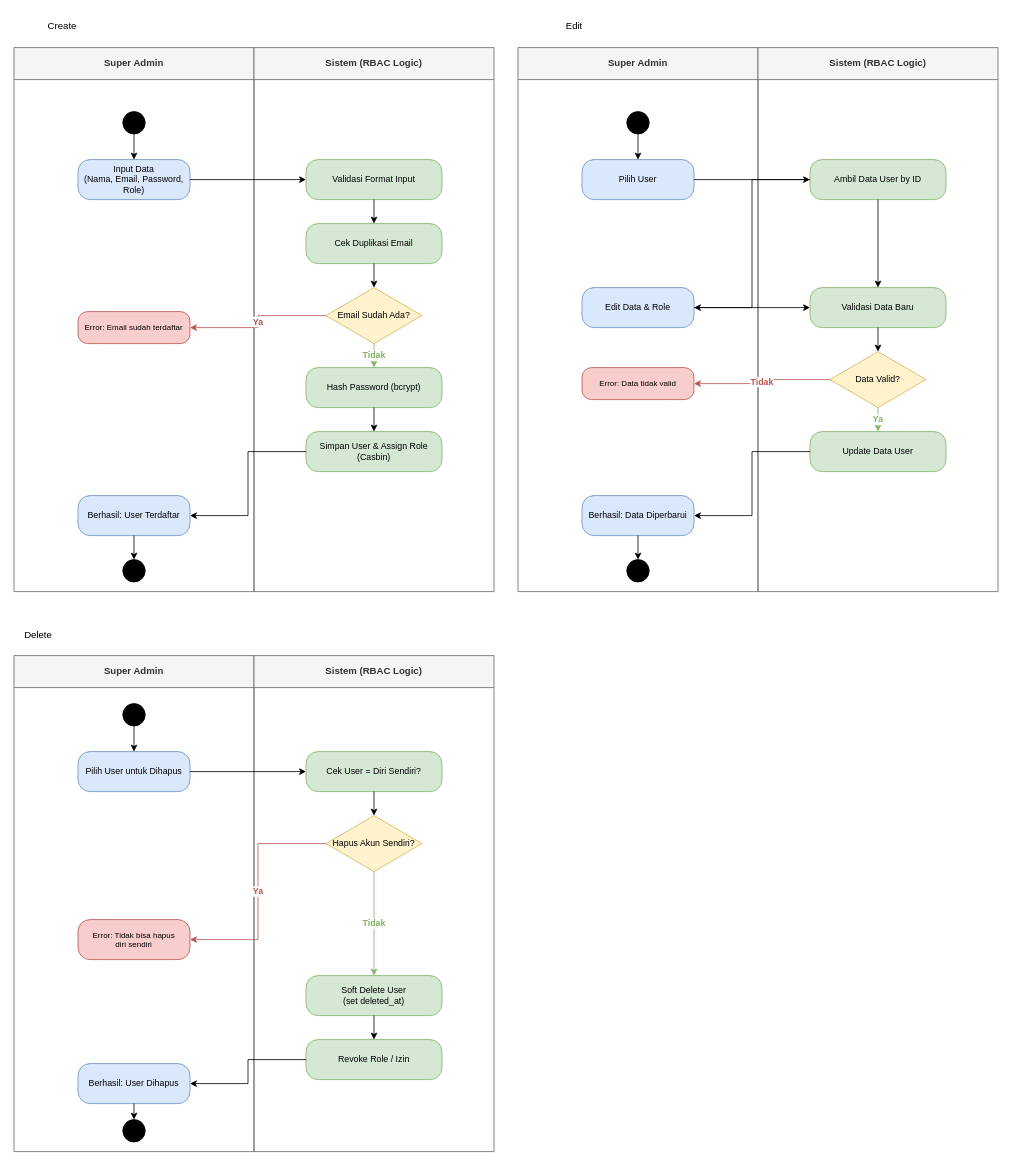
quiqxiq/mikmongo keeps this draw.io diagram as diagram/activity/users.drawio. Above is the earlier version. Source tidied: cells renumbered, new cells numbered last; positions are measured from the earlier drawing's top-left corner, leaving out a move shared by most shapes. Both pictures are drawn from the tidied source at 80%, with x=0, y=0 at pixel (14, 14).
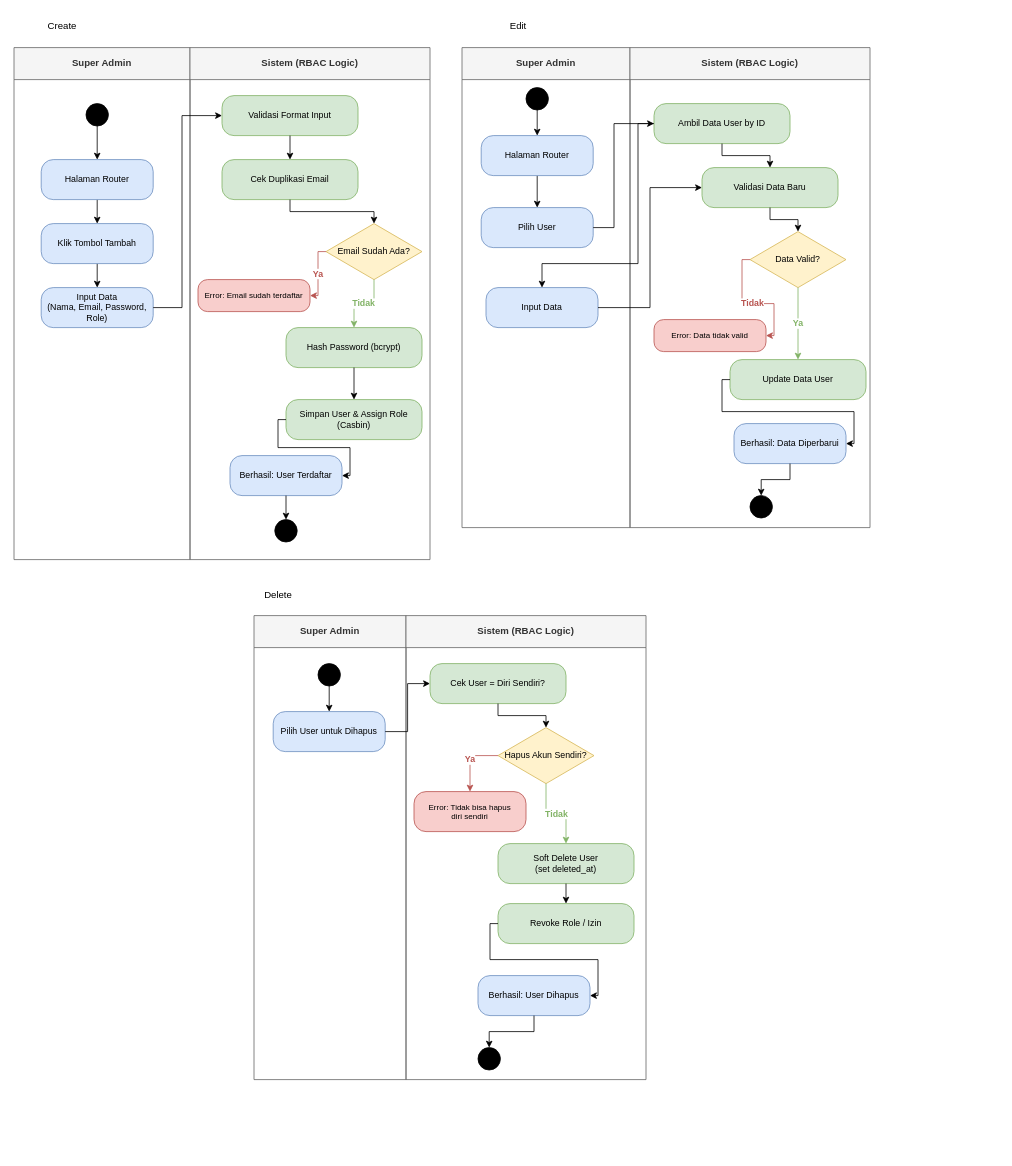
Above is the later version.

What changed in the source:
```diff
@@
     <mxCell id="3" value="Super Admin" style="swimlane;whiteSpace=wrap;html=1;startSize=40;fillColor=#f5f5f5;fontColor=#333333;strokeColor=#666666;" parent="1" vertex="1">
-      <mxGeometry y="42" width="300" height="680" as="geometry" />
+      <mxGeometry y="42" width="220" height="640" as="geometry" />
     </mxCell>
+    <mxCell id="67" style="edgeStyle=none;html=1;entryX=0.5;entryY=0;entryDx=0;entryDy=0;" parent="3" edge="1" source="4" target="69">
+      <mxGeometry relative="1" as="geometry" />
+    </mxCell>
     <mxCell id="4" style="ellipse;fillColor=#000000;strokeColor=#000000;" parent="3" vertex="1">
-      <mxGeometry x="136" y="80" width="28" height="28" as="geometry" />
+      <mxGeometry x="90" y="70" width="28" height="28" as="geometry" />
     </mxCell>
     <mxCell id="5" value="Input Data&#10;(Nama, Email, Password, Role)" style="rounded=1;whiteSpace=wrap;html=1;fillColor=#dae8fc;strokeColor=#6c8ebf;fontSize=11;arcSize=30;" parent="3" vertex="1">
-      <mxGeometry x="80" y="140" width="140" height="50" as="geometry" />
+      <mxGeometry x="34" y="300" width="140" height="50" as="geometry" />
     </mxCell>
-    <mxCell id="6" value="Error: Email sudah terdaftar" style="rounded=1;whiteSpace=wrap;html=1;fillColor=#f8cecc;strokeColor=#b85450;fontSize=10;arcSize=30;" parent="3" vertex="1">
-      <mxGeometry x="80" y="330" width="140" height="40" as="geometry" />
-    </mxCell>
-    <mxCell id="7" value="Berhasil: User Terdaftar" style="rounded=1;whiteSpace=wrap;html=1;fillColor=#dae8fc;strokeColor=#6c8ebf;fontSize=11;arcSize=30;" parent="3" vertex="1">
-      <mxGeometry x="80" y="560" width="140" height="50" as="geometry" />
-    </mxCell>
-    <mxCell id="8" style="shape=doubleEllipse;fillColor=#000000;strokeColor=#000000;" parent="3" vertex="1">
-      <mxGeometry x="136" y="640" width="28" height="28" as="geometry" />
-    </mxCell>
-    <mxCell id="9" style="edgeStyle=none;html=1;" parent="3" edge="1" source="4" target="5">
-      <mxGeometry relative="1" as="geometry" />
-    </mxCell>
-    <mxCell id="10" style="edgeStyle=orthogonalEdgeStyle;rounded=0;html=1;" parent="3" edge="1" source="7" target="8">
-      <mxGeometry relative="1" as="geometry" />
-    </mxCell>
+    <mxCell id="68" style="edgeStyle=none;html=1;" parent="3" edge="1" source="69" target="71">
+      <mxGeometry relative="1" as="geometry" />
+    </mxCell>
+    <mxCell id="69" value="Halaman Router" style="rounded=1;whiteSpace=wrap;html=1;fillColor=#dae8fc;strokeColor=#6c8ebf;fontSize=11;arcSize=30;" parent="3" vertex="1">
+      <mxGeometry x="34" y="140" width="140" height="50" as="geometry" />
+    </mxCell>
+    <mxCell id="70" style="edgeStyle=none;html=1;" parent="3" edge="1" source="71" target="5">
+      <mxGeometry relative="1" as="geometry" />
+    </mxCell>
+    <mxCell id="71" value="Klik Tombol Tambah" style="rounded=1;whiteSpace=wrap;html=1;fillColor=#dae8fc;strokeColor=#6c8ebf;fontSize=11;arcSize=30;" parent="3" vertex="1">
+      <mxGeometry x="34" y="220" width="140" height="50" as="geometry" />
+    </mxCell>
     <mxCell id="11" value="Sistem (RBAC Logic)" style="swimlane;whiteSpace=wrap;html=1;startSize=40;fillColor=#f5f5f5;fontColor=#333333;strokeColor=#666666;" parent="1" vertex="1">
-      <mxGeometry x="300" y="42" width="300" height="680" as="geometry" />
+      <mxGeometry x="220" y="42" width="300" height="640" as="geometry" />
     </mxCell>
     <mxCell id="12" value="Validasi Format Input" style="rounded=1;whiteSpace=wrap;html=1;fillColor=#d5e8d4;strokeColor=#82b366;fontSize=11;arcSize=30;" parent="11" vertex="1">
-      <mxGeometry x="65" y="140" width="170" height="50" as="geometry" />
+      <mxGeometry x="40" y="60" width="170" height="50" as="geometry" />
     </mxCell>
     <mxCell id="13" value="Cek Duplikasi Email" style="rounded=1;whiteSpace=wrap;html=1;fillColor=#d5e8d4;strokeColor=#82b366;fontSize=11;arcSize=30;" parent="11" vertex="1">
-      <mxGeometry x="65" y="220" width="170" height="50" as="geometry" />
+      <mxGeometry x="40" y="140" width="170" height="50" as="geometry" />
     </mxCell>
     <mxCell id="14" value="Email Sudah Ada?" style="rhombus;whiteSpace=wrap;html=1;fillColor=#fff2cc;strokeColor=#d6b656;fontSize=11;" parent="11" vertex="1">
-      <mxGeometry x="90" y="300" width="120" height="70" as="geometry" />
+      <mxGeometry x="170" y="220" width="120" height="70" as="geometry" />
     </mxCell>
     <mxCell id="15" value="Hash Password (bcrypt)" style="rounded=1;whiteSpace=wrap;html=1;fillColor=#d5e8d4;strokeColor=#82b366;fontSize=11;arcSize=30;" parent="11" vertex="1">
-      <mxGeometry x="65" y="400" width="170" height="50" as="geometry" />
+      <mxGeometry x="120" y="350" width="170" height="50" as="geometry" />
     </mxCell>
     <mxCell id="16" value="Simpan User &amp; Assign Role (Casbin)" style="rounded=1;whiteSpace=wrap;html=1;fillColor=#d5e8d4;strokeColor=#82b366;fontSize=11;arcSize=30;" parent="11" vertex="1">
-      <mxGeometry x="65" y="480" width="170" height="50" as="geometry" />
+      <mxGeometry x="120" y="440" width="170" height="50" as="geometry" />
     </mxCell>
@@
+    <mxCell id="7" value="Berhasil: User Terdaftar" style="rounded=1;whiteSpace=wrap;html=1;fillColor=#dae8fc;strokeColor=#6c8ebf;fontSize=11;arcSize=30;" parent="11" vertex="1">
+      <mxGeometry x="50" y="510" width="140" height="50" as="geometry" />
+    </mxCell>
+    <mxCell id="23" style="edgeStyle=orthogonalEdgeStyle;rounded=0;html=1;exitX=0;exitY=0.5;exitDx=0;exitDy=0;entryX=1;entryY=0.5;entryDx=0;entryDy=0;" parent="11" edge="1" source="16" target="7">
+      <mxGeometry relative="1" as="geometry" />
+    </mxCell>
+    <mxCell id="8" style="shape=doubleEllipse;fillColor=#000000;strokeColor=#000000;" parent="11" vertex="1">
+      <mxGeometry x="106" y="590" width="28" height="28" as="geometry" />
+    </mxCell>
+    <mxCell id="10" style="edgeStyle=orthogonalEdgeStyle;rounded=0;html=1;" parent="11" edge="1" source="7" target="8">
+      <mxGeometry relative="1" as="geometry" />
+    </mxCell>
+    <mxCell id="6" value="Error: Email sudah terdaftar" style="rounded=1;whiteSpace=wrap;html=1;fillColor=#f8cecc;strokeColor=#b85450;fontSize=10;arcSize=30;" parent="11" vertex="1">
+      <mxGeometry x="10" y="290" width="140" height="40" as="geometry" />
+    </mxCell>
+    <mxCell id="22" value="Ya" style="edgeStyle=orthogonalEdgeStyle;rounded=0;html=1;strokeColor=#b85450;fontColor=#b85450;fontStyle=1;exitX=0;exitY=0.5;exitDx=0;exitDy=0;entryX=1;entryY=0.5;entryDx=0;entryDy=0;" parent="11" edge="1" source="14" target="6">
+      <mxGeometry relative="1" as="geometry" />
+    </mxCell>
     <mxCell id="21" style="edgeStyle=orthogonalEdgeStyle;rounded=0;html=1;exitX=1;exitY=0.5;exitDx=0;exitDy=0;entryX=0;entryY=0.5;entryDx=0;entryDy=0;" parent="1" edge="1" source="5" target="12">
-      <mxGeometry relative="1" as="geometry" />
+      <mxGeometry relative="1" as="geometry">
+        <Array as="points">
+          <mxPoint x="210" y="367" />
+          <mxPoint x="210" y="127" />
+        </Array>
+      </mxGeometry>
     </mxCell>
-    <mxCell id="22" value="Ya" style="edgeStyle=orthogonalEdgeStyle;rounded=0;html=1;strokeColor=#b85450;fontColor=#b85450;fontStyle=1;exitX=0;exitY=0.5;exitDx=0;exitDy=0;entryX=1;entryY=0.5;entryDx=0;entryDy=0;" parent="1" edge="1" source="14" target="6">
-      <mxGeometry relative="1" as="geometry" />
-    </mxCell>
-    <mxCell id="23" style="edgeStyle=orthogonalEdgeStyle;rounded=0;html=1;exitX=0;exitY=0.5;exitDx=0;exitDy=0;entryX=1;entryY=0.5;entryDx=0;entryDy=0;" parent="1" edge="1" source="16" target="7">
-      <mxGeometry relative="1" as="geometry" />
-    </mxCell>
     <mxCell id="24" value="Edit" style="text;html=1;align=center;verticalAlign=middle;strokeColor=none;fillColor=none;" parent="1" vertex="1">
-      <mxGeometry x="670" width="60" height="30" as="geometry" />
+      <mxGeometry x="600" width="60" height="30" as="geometry" />
     </mxCell>
     <mxCell id="25" value="Super Admin" style="swimlane;whiteSpace=wrap;html=1;startSize=40;fillColor=#f5f5f5;fontColor=#333333;strokeColor=#666666;" parent="1" vertex="1">
-      <mxGeometry x="630" y="42" width="300" height="680" as="geometry" />
+      <mxGeometry x="560" y="42" width="210" height="600" as="geometry" />
     </mxCell>
+    <mxCell id="72" style="edgeStyle=none;html=1;" parent="25" edge="1" source="26" target="74">
+      <mxGeometry relative="1" as="geometry" />
+    </mxCell>
     <mxCell id="26" style="ellipse;fillColor=#000000;strokeColor=#000000;" parent="25" vertex="1">
-      <mxGeometry x="136" y="80" width="28" height="28" as="geometry" />
+      <mxGeometry x="80" y="50" width="28" height="28" as="geometry" />
     </mxCell>
     <mxCell id="27" value="Pilih User" style="rounded=1;whiteSpace=wrap;html=1;fillColor=#dae8fc;strokeColor=#6c8ebf;fontSize=11;arcSize=30;" parent="25" vertex="1">
-      <mxGeometry x="80" y="140" width="140" height="50" as="geometry" />
+      <mxGeometry x="24" y="200" width="140" height="50" as="geometry" />
     </mxCell>
-    <mxCell id="28" value="Edit Data &amp; Role" style="rounded=1;whiteSpace=wrap;html=1;fillColor=#dae8fc;strokeColor=#6c8ebf;fontSize=11;arcSize=30;" parent="25" vertex="1">
-      <mxGeometry x="80" y="300" width="140" height="50" as="geometry" />
+    <mxCell id="28" value="Input Data" style="rounded=1;whiteSpace=wrap;html=1;fillColor=#dae8fc;strokeColor=#6c8ebf;fontSize=11;arcSize=30;" parent="25" vertex="1">
+      <mxGeometry x="30" y="300" width="140" height="50" as="geometry" />
     </mxCell>
-    <mxCell id="29" value="Error: Data tidak valid" style="rounded=1;whiteSpace=wrap;html=1;fillColor=#f8cecc;strokeColor=#b85450;fontSize=10;arcSize=30;" parent="25" vertex="1">
-      <mxGeometry x="80" y="400" width="140" height="40" as="geometry" />
-    </mxCell>
-    <mxCell id="30" value="Berhasil: Data Diperbarui" style="rounded=1;whiteSpace=wrap;html=1;fillColor=#dae8fc;strokeColor=#6c8ebf;fontSize=11;arcSize=30;" parent="25" vertex="1">
-      <mxGeometry x="80" y="560" width="140" height="50" as="geometry" />
-    </mxCell>
-    <mxCell id="31" style="shape=doubleEllipse;fillColor=#000000;strokeColor=#000000;" parent="25" vertex="1">
-      <mxGeometry x="136" y="640" width="28" height="28" as="geometry" />
-    </mxCell>
-    <mxCell id="32" style="edgeStyle=none;html=1;" parent="25" edge="1" source="26" target="27">
-      <mxGeometry relative="1" as="geometry" />
-    </mxCell>
-    <mxCell id="33" style="edgeStyle=orthogonalEdgeStyle;rounded=0;html=1;" parent="25" edge="1" source="30" target="31">
-      <mxGeometry relative="1" as="geometry" />
-    </mxCell>
+    <mxCell id="73" style="edgeStyle=none;html=1;" parent="25" edge="1" source="74" target="27">
+      <mxGeometry relative="1" as="geometry" />
+    </mxCell>
+    <mxCell id="74" value="Halaman Router" style="rounded=1;whiteSpace=wrap;html=1;fillColor=#dae8fc;strokeColor=#6c8ebf;fontSize=11;arcSize=30;" parent="25" vertex="1">
+      <mxGeometry x="24" y="110" width="140" height="50" as="geometry" />
+    </mxCell>
     <mxCell id="34" value="Sistem (RBAC Logic)" style="swimlane;whiteSpace=wrap;html=1;startSize=40;fillColor=#f5f5f5;fontColor=#333333;strokeColor=#666666;" parent="1" vertex="1">
-      <mxGeometry x="930" y="42" width="300" height="680" as="geometry" />
+      <mxGeometry x="770" y="42" width="300" height="600" as="geometry" />
     </mxCell>
     <mxCell id="35" value="Ambil Data User by ID" style="rounded=1;whiteSpace=wrap;html=1;fillColor=#d5e8d4;strokeColor=#82b366;fontSize=11;arcSize=30;" parent="34" vertex="1">
-      <mxGeometry x="65" y="140" width="170" height="50" as="geometry" />
+      <mxGeometry x="30" y="70" width="170" height="50" as="geometry" />
     </mxCell>
     <mxCell id="36" value="Validasi Data Baru" style="rounded=1;whiteSpace=wrap;html=1;fillColor=#d5e8d4;strokeColor=#82b366;fontSize=11;arcSize=30;" parent="34" vertex="1">
-      <mxGeometry x="65" y="300" width="170" height="50" as="geometry" />
+      <mxGeometry x="90" y="150" width="170" height="50" as="geometry" />
     </mxCell>
     <mxCell id="37" value="Data Valid?" style="rhombus;whiteSpace=wrap;html=1;fillColor=#fff2cc;strokeColor=#d6b656;fontSize=11;" parent="34" vertex="1">
-      <mxGeometry x="90" y="380" width="120" height="70" as="geometry" />
+      <mxGeometry x="150" y="230" width="120" height="70" as="geometry" />
     </mxCell>
     <mxCell id="38" value="Update Data User" style="rounded=1;whiteSpace=wrap;html=1;fillColor=#d5e8d4;strokeColor=#82b366;fontSize=11;arcSize=30;" parent="34" vertex="1">
-      <mxGeometry x="65" y="480" width="170" height="50" as="geometry" />
+      <mxGeometry x="125" y="390" width="170" height="50" as="geometry" />
     </mxCell>
@@
+    <mxCell id="30" value="Berhasil: Data Diperbarui" style="rounded=1;whiteSpace=wrap;html=1;fillColor=#dae8fc;strokeColor=#6c8ebf;fontSize=11;arcSize=30;" parent="34" vertex="1">
+      <mxGeometry x="130" y="470" width="140" height="50" as="geometry" />
+    </mxCell>
+    <mxCell id="46" style="edgeStyle=orthogonalEdgeStyle;rounded=0;html=1;exitX=0;exitY=0.5;exitDx=0;exitDy=0;entryX=1;entryY=0.5;entryDx=0;entryDy=0;" parent="34" edge="1" source="38" target="30">
+      <mxGeometry relative="1" as="geometry" />
+    </mxCell>
+    <mxCell id="31" style="shape=doubleEllipse;fillColor=#000000;strokeColor=#000000;" parent="34" vertex="1">
+      <mxGeometry x="150" y="560" width="28" height="28" as="geometry" />
+    </mxCell>
+    <mxCell id="33" style="edgeStyle=orthogonalEdgeStyle;rounded=0;html=1;" parent="34" edge="1" source="30" target="31">
+      <mxGeometry relative="1" as="geometry" />
+    </mxCell>
+    <mxCell id="29" value="Error: Data tidak valid" style="rounded=1;whiteSpace=wrap;html=1;fillColor=#f8cecc;strokeColor=#b85450;fontSize=10;arcSize=30;" parent="34" vertex="1">
+      <mxGeometry x="30" y="340" width="140" height="40" as="geometry" />
+    </mxCell>
+    <mxCell id="45" value="Tidak" style="edgeStyle=orthogonalEdgeStyle;rounded=0;html=1;strokeColor=#b85450;fontColor=#b85450;fontStyle=1;exitX=0;exitY=0.5;exitDx=0;exitDy=0;entryX=1;entryY=0.5;entryDx=0;entryDy=0;" parent="34" edge="1" source="37" target="29">
+      <mxGeometry relative="1" as="geometry" />
+    </mxCell>
     <mxCell id="42" style="edgeStyle=orthogonalEdgeStyle;rounded=0;html=1;exitX=1;exitY=0.5;exitDx=0;exitDy=0;entryX=0;entryY=0.5;entryDx=0;entryDy=0;" parent="1" edge="1" source="27" target="35">
-      <mxGeometry relative="1" as="geometry" />
+      <mxGeometry relative="1" as="geometry">
+        <Array as="points">
+          <mxPoint x="750" y="267" />
+          <mxPoint x="750" y="137" />
+        </Array>
+      </mxGeometry>
     </mxCell>
-    <mxCell id="43" style="edgeStyle=orthogonalEdgeStyle;rounded=0;html=1;exitX=0;exitY=0.5;exitDx=0;exitDy=0;entryX=1;entryY=0.5;entryDx=0;entryDy=0;" parent="1" edge="1" source="35" target="28">
-      <mxGeometry relative="1" as="geometry" />
+    <mxCell id="43" style="edgeStyle=orthogonalEdgeStyle;rounded=0;html=1;exitX=0;exitY=0.5;exitDx=0;exitDy=0;entryX=0.5;entryY=0;entryDx=0;entryDy=0;" parent="1" edge="1" source="35" target="28">
+      <mxGeometry relative="1" as="geometry">
+        <Array as="points">
+          <mxPoint x="780" y="137" />
+          <mxPoint x="780" y="312" />
+          <mxPoint x="660" y="312" />
+        </Array>
+      </mxGeometry>
     </mxCell>
@@
-    <mxCell id="45" value="Tidak" style="edgeStyle=orthogonalEdgeStyle;rounded=0;html=1;strokeColor=#b85450;fontColor=#b85450;fontStyle=1;exitX=0;exitY=0.5;exitDx=0;exitDy=0;entryX=1;entryY=0.5;entryDx=0;entryDy=0;" parent="1" edge="1" source="37" target="29">
-      <mxGeometry relative="1" as="geometry" />
-    </mxCell>
-    <mxCell id="46" style="edgeStyle=orthogonalEdgeStyle;rounded=0;html=1;exitX=0;exitY=0.5;exitDx=0;exitDy=0;entryX=1;entryY=0.5;entryDx=0;entryDy=0;" parent="1" edge="1" source="38" target="30">
-      <mxGeometry relative="1" as="geometry" />
-    </mxCell>
     <mxCell id="47" value="Delete" style="text;html=1;align=center;verticalAlign=middle;strokeColor=none;fillColor=none;" parent="1" vertex="1">
-      <mxGeometry y="762" width="60" height="30" as="geometry" />
+      <mxGeometry x="300" y="712" width="60" height="30" as="geometry" />
     </mxCell>
     <mxCell id="48" value="Super Admin" style="swimlane;whiteSpace=wrap;html=1;startSize=40;fillColor=#f5f5f5;fontColor=#333333;strokeColor=#666666;" parent="1" vertex="1">
-      <mxGeometry y="802" width="300" height="620" as="geometry" />
+      <mxGeometry x="300" y="752" width="190" height="580" as="geometry" />
     </mxCell>
     <mxCell id="49" style="ellipse;fillColor=#000000;strokeColor=#000000;" parent="48" vertex="1">
-      <mxGeometry x="136" y="60" width="28" height="28" as="geometry" />
+      <mxGeometry x="80" y="60" width="28" height="28" as="geometry" />
     </mxCell>
     <mxCell id="50" value="Pilih User untuk Dihapus" style="rounded=1;whiteSpace=wrap;html=1;fillColor=#dae8fc;strokeColor=#6c8ebf;fontSize=11;arcSize=30;" parent="48" vertex="1">
-      <mxGeometry x="80" y="120" width="140" height="50" as="geometry" />
+      <mxGeometry x="24" y="120" width="140" height="50" as="geometry" />
     </mxCell>
-    <mxCell id="51" value="Error: Tidak bisa hapus&#10;diri sendiri" style="rounded=1;whiteSpace=wrap;html=1;fillColor=#f8cecc;strokeColor=#b85450;fontSize=10;arcSize=30;" parent="48" vertex="1">
-      <mxGeometry x="80" y="330" width="140" height="50" as="geometry" />
-    </mxCell>
-    <mxCell id="52" value="Berhasil: User Dihapus" style="rounded=1;whiteSpace=wrap;html=1;fillColor=#dae8fc;strokeColor=#6c8ebf;fontSize=11;arcSize=30;" parent="48" vertex="1">
-      <mxGeometry x="80" y="510" width="140" height="50" as="geometry" />
-    </mxCell>
-    <mxCell id="53" style="shape=doubleEllipse;fillColor=#000000;strokeColor=#000000;" parent="48" vertex="1">
-      <mxGeometry x="136" y="580" width="28" height="28" as="geometry" />
-    </mxCell>
@@
-    <mxCell id="55" style="edgeStyle=orthogonalEdgeStyle;rounded=0;html=1;" parent="48" edge="1" source="52" target="53">
-      <mxGeometry relative="1" as="geometry" />
-    </mxCell>
     <mxCell id="56" value="Sistem (RBAC Logic)" style="swimlane;whiteSpace=wrap;html=1;startSize=40;fillColor=#f5f5f5;fontColor=#333333;strokeColor=#666666;" parent="1" vertex="1">
-      <mxGeometry x="300" y="802" width="300" height="620" as="geometry" />
+      <mxGeometry x="490" y="752" width="300" height="580" as="geometry" />
     </mxCell>
     <mxCell id="57" value="Cek User = Diri Sendiri?" style="rounded=1;whiteSpace=wrap;html=1;fillColor=#d5e8d4;strokeColor=#82b366;fontSize=11;arcSize=30;" parent="56" vertex="1">
-      <mxGeometry x="65" y="120" width="170" height="50" as="geometry" />
+      <mxGeometry x="30" y="60" width="170" height="50" as="geometry" />
     </mxCell>
     <mxCell id="58" value="Hapus Akun Sendiri?" style="rhombus;whiteSpace=wrap;html=1;fillColor=#fff2cc;strokeColor=#d6b656;fontSize=11;" parent="56" vertex="1">
-      <mxGeometry x="90" y="200" width="120" height="70" as="geometry" />
+      <mxGeometry x="115" y="140" width="120" height="70" as="geometry" />
     </mxCell>
     <mxCell id="59" value="Soft Delete User&#10;(set deleted_at)" style="rounded=1;whiteSpace=wrap;html=1;fillColor=#d5e8d4;strokeColor=#82b366;fontSize=11;arcSize=30;" parent="56" vertex="1">
-      <mxGeometry x="65" y="400" width="170" height="50" as="geometry" />
+      <mxGeometry x="115" y="285" width="170" height="50" as="geometry" />
     </mxCell>
     <mxCell id="60" value="Revoke Role / Izin" style="rounded=1;whiteSpace=wrap;html=1;fillColor=#d5e8d4;strokeColor=#82b366;fontSize=11;arcSize=30;" parent="56" vertex="1">
-      <mxGeometry x="65" y="480" width="170" height="50" as="geometry" />
+      <mxGeometry x="115" y="360" width="170" height="50" as="geometry" />
     </mxCell>
@@
+    <mxCell id="51" value="Error: Tidak bisa hapus&#10;diri sendiri" style="rounded=1;whiteSpace=wrap;html=1;fillColor=#f8cecc;strokeColor=#b85450;fontSize=10;arcSize=30;" parent="56" vertex="1">
+      <mxGeometry x="10" y="220" width="140" height="50" as="geometry" />
+    </mxCell>
+    <mxCell id="65" value="Ya" style="edgeStyle=orthogonalEdgeStyle;rounded=0;html=1;strokeColor=#b85450;fontColor=#b85450;fontStyle=1;exitX=0;exitY=0.5;exitDx=0;exitDy=0;entryX=0.5;entryY=0;entryDx=0;entryDy=0;" parent="56" edge="1" source="58" target="51">
+      <mxGeometry relative="1" as="geometry" />
+    </mxCell>
+    <mxCell id="52" value="Berhasil: User Dihapus" style="rounded=1;whiteSpace=wrap;html=1;fillColor=#dae8fc;strokeColor=#6c8ebf;fontSize=11;arcSize=30;" parent="56" vertex="1">
+      <mxGeometry x="90" y="450" width="140" height="50" as="geometry" />
+    </mxCell>
+    <mxCell id="66" style="edgeStyle=orthogonalEdgeStyle;rounded=0;html=1;exitX=0;exitY=0.5;exitDx=0;exitDy=0;entryX=1;entryY=0.5;entryDx=0;entryDy=0;" parent="56" edge="1" source="60" target="52">
+      <mxGeometry relative="1" as="geometry" />
+    </mxCell>
+    <mxCell id="53" style="shape=doubleEllipse;fillColor=#000000;strokeColor=#000000;" parent="56" vertex="1">
+      <mxGeometry x="90" y="540" width="28" height="28" as="geometry" />
+    </mxCell>
+    <mxCell id="55" style="edgeStyle=orthogonalEdgeStyle;rounded=0;html=1;" parent="56" edge="1" source="52" target="53">
+      <mxGeometry relative="1" as="geometry" />
+    </mxCell>
@@
-    <mxCell id="65" value="Ya" style="edgeStyle=orthogonalEdgeStyle;rounded=0;html=1;strokeColor=#b85450;fontColor=#b85450;fontStyle=1;exitX=0;exitY=0.5;exitDx=0;exitDy=0;entryX=1;entryY=0.5;entryDx=0;entryDy=0;" parent="1" edge="1" source="58" target="51">
-      <mxGeometry relative="1" as="geometry" />
-    </mxCell>
-    <mxCell id="66" style="edgeStyle=orthogonalEdgeStyle;rounded=0;html=1;exitX=0;exitY=0.5;exitDx=0;exitDy=0;entryX=1;entryY=0.5;entryDx=0;entryDy=0;" parent="1" edge="1" source="60" target="52">
-      <mxGeometry relative="1" as="geometry" />
-    </mxCell>
```
